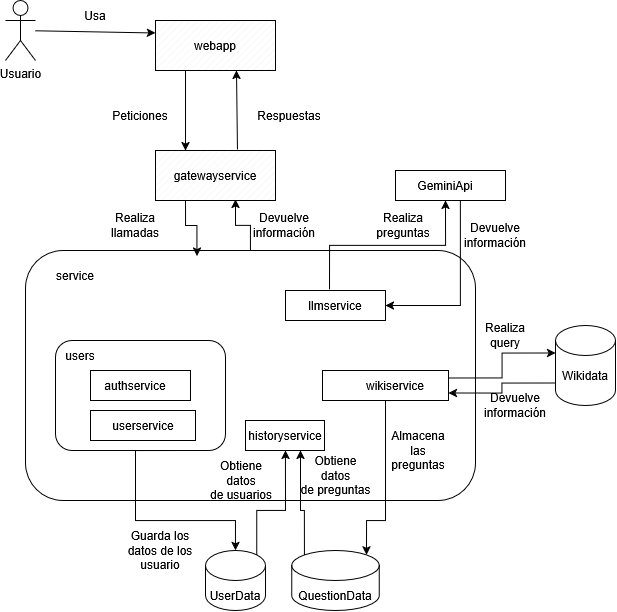
Earlier version of the draw.io export docs/images/BuildingBlock2.png (Arquisoft/wichat_es5a). Source tidied: cells renumbered, new cells last; positions are measured from the earlier drawing's top-left corner, leaving out a move shared by most shapes.
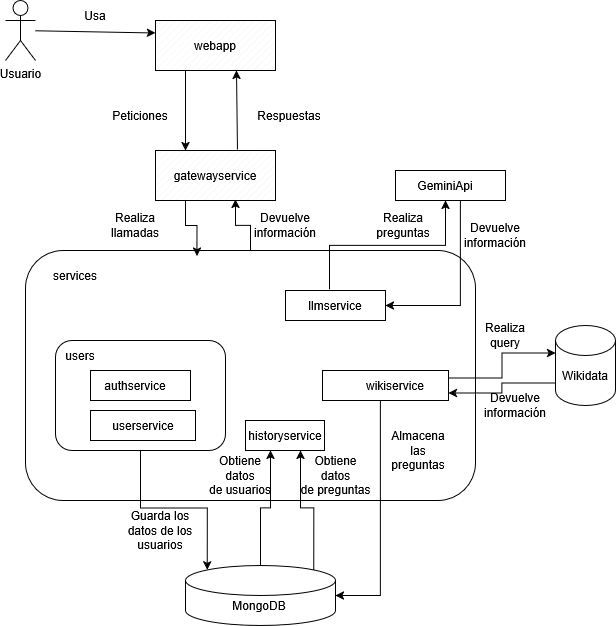
The same file after the commit.

Commit message:
Diagramas hechos hasta el 6, para traerlo de master

What changed in the source:
```diff
@@ -26,7 +26,7 @@
     <mxCell id="9" style="rounded=1;whiteSpace=wrap;html=1;fillColor=none;" parent="1" vertex="1">
       <mxGeometry x="20" y="250" width="450" height="250" as="geometry" />
     </mxCell>
-    <mxCell id="10" value="service" style="text;html=1;align=center;verticalAlign=middle;whiteSpace=wrap;rounded=0;" parent="1" vertex="1">
+    <mxCell id="10" value="services" style="text;html=1;align=center;verticalAlign=middle;whiteSpace=wrap;rounded=0;" parent="1" vertex="1">
       <mxGeometry x="40" y="260" width="60" height="30" as="geometry" />
     </mxCell>
     <mxCell id="11" style="rounded=0;whiteSpace=wrap;html=1;" parent="1" vertex="1">
@@ -95,22 +95,20 @@
     <mxCell id="32" value="Devuelve información" style="text;html=1;align=center;verticalAlign=middle;whiteSpace=wrap;rounded=0;" parent="1" vertex="1">
       <mxGeometry x="480" y="390" width="60" height="30" as="geometry" />
     </mxCell>
-    <mxCell id="33" style="edgeStyle=orthogonalEdgeStyle;rounded=0;jettySize=auto;html=1;exitX=0.855;exitY=0;exitDx=0;exitDy=4.35;exitPerimeter=0;entryX=0.5;entryY=1;entryDx=0;entryDy=0;" parent="1" edge="1" source="34" target="52">
-      <mxGeometry relative="1" as="geometry">
-        <Array as="points">
-          <mxPoint x="251" y="510" />
-          <mxPoint x="280" y="510" />
-        </Array>
-      </mxGeometry>
-    </mxCell>
+    <mxCell id="56" style="edgeStyle=orthogonalEdgeStyle;rounded=0;jettySize=auto;html=1;exitX=0.5;exitY=0;exitDx=0;exitDy=0;exitPerimeter=0;entryX=0.25;entryY=1;entryDx=0;entryDy=0;" parent="1" edge="1" source="34" target="52">
+      <mxGeometry relative="1" as="geometry" />
+    </mxCell>
+    <mxCell id="57" style="edgeStyle=orthogonalEdgeStyle;rounded=0;jettySize=auto;html=1;exitX=0.855;exitY=0;exitDx=0;exitDy=4.35;exitPerimeter=0;entryX=0.75;entryY=1;entryDx=0;entryDy=0;" parent="1" edge="1" source="34" target="52">
+      <mxGeometry relative="1" as="geometry" />
+    </mxCell>
     <mxCell id="34" style="shape=cylinder3;whiteSpace=wrap;html=1;boundedLbl=1;backgroundOutline=1;size=15;" parent="1" vertex="1">
-      <mxGeometry x="200" y="550" width="60" height="60" as="geometry" />
+      <mxGeometry x="180" y="565" width="150" height="60" as="geometry" />
     </mxCell>
-    <mxCell id="35" value="UserData" style="text;html=1;align=center;verticalAlign=middle;whiteSpace=wrap;rounded=0;" parent="1" vertex="1">
-      <mxGeometry x="200" y="580" width="60" height="30" as="geometry" />
+    <mxCell id="35" value="MongoDB" style="text;html=1;align=center;verticalAlign=middle;whiteSpace=wrap;rounded=0;" parent="1" vertex="1">
+      <mxGeometry x="224" y="590" width="60" height="30" as="geometry" />
     </mxCell>
-    <mxCell id="36" value="Guarda los datos de los usuario" style="text;html=1;align=center;verticalAlign=middle;whiteSpace=wrap;rounded=0;" parent="1" vertex="1">
-      <mxGeometry x="120" y="530" width="70" height="40" as="geometry" />
+    <mxCell id="36" value="Guarda los datos de los usuarios" style="text;html=1;align=center;verticalAlign=middle;whiteSpace=wrap;rounded=0;" parent="1" vertex="1">
+      <mxGeometry x="120" y="510" width="70" height="40" as="geometry" />
     </mxCell>
     <mxCell id="37" style="edgeStyle=orthogonalEdgeStyle;rounded=0;jettySize=auto;html=1;exitX=0.5;exitY=0;exitDx=0;exitDy=0;entryX=0.667;entryY=0.98;entryDx=0;entryDy=0;entryPerimeter=0;" parent="1" edge="1" source="9" target="5">
       <mxGeometry relative="1" as="geometry" />
@@ -133,44 +131,12 @@
     <mxCell id="43" value="Realiza preguntas" style="text;html=1;align=center;verticalAlign=middle;whiteSpace=wrap;rounded=0;" parent="1" vertex="1">
       <mxGeometry x="367.5" y="210" width="60" height="30" as="geometry" />
     </mxCell>
-    <mxCell id="44" style="edgeStyle=orthogonalEdgeStyle;rounded=0;jettySize=auto;html=1;exitX=0.75;exitY=1;exitDx=0;exitDy=0;entryX=0.5;entryY=0;entryDx=0;entryDy=0;entryPerimeter=0;" parent="1" edge="1" source="16" target="34">
-      <mxGeometry relative="1" as="geometry">
-        <Array as="points">
-          <mxPoint x="130" y="450" />
-          <mxPoint x="130" y="520" />
-          <mxPoint x="230" y="520" />
-        </Array>
-      </mxGeometry>
-    </mxCell>
-    <mxCell id="45" style="edgeStyle=orthogonalEdgeStyle;rounded=0;jettySize=auto;html=1;exitX=0.145;exitY=0;exitDx=0;exitDy=4.35;exitPerimeter=0;entryX=0.75;entryY=1;entryDx=0;entryDy=0;" parent="1" edge="1" source="46" target="52">
-      <mxGeometry relative="1" as="geometry">
-        <Array as="points">
-          <mxPoint x="299" y="510" />
-          <mxPoint x="295" y="510" />
-        </Array>
-      </mxGeometry>
-    </mxCell>
-    <mxCell id="46" style="shape=cylinder3;whiteSpace=wrap;html=1;boundedLbl=1;backgroundOutline=1;size=15;" parent="1" vertex="1">
-      <mxGeometry x="286.2" y="550" width="87.5" height="60" as="geometry" />
-    </mxCell>
-    <mxCell id="47" value="QuestionData" style="text;html=1;align=center;verticalAlign=middle;whiteSpace=wrap;rounded=0;" parent="1" vertex="1">
-      <mxGeometry x="300" y="580" width="60" height="30" as="geometry" />
-    </mxCell>
     <mxCell id="48" value="Almacena las preguntas" style="text;html=1;align=center;verticalAlign=middle;whiteSpace=wrap;rounded=0;" parent="1" vertex="1">
       <mxGeometry x="383" y="435" width="60" height="30" as="geometry" />
     </mxCell>
     <mxCell id="49" value="Devuelve información" style="text;html=1;align=center;verticalAlign=middle;whiteSpace=wrap;rounded=0;" parent="1" vertex="1">
       <mxGeometry x="460" y="220" width="60" height="30" as="geometry" />
     </mxCell>
-    <mxCell id="50" style="edgeStyle=orthogonalEdgeStyle;rounded=0;jettySize=auto;html=1;exitX=0.5;exitY=1;exitDx=0;exitDy=0;entryX=0.855;entryY=0;entryDx=0;entryDy=4.35;entryPerimeter=0;" parent="1" edge="1" source="30" target="46">
-      <mxGeometry relative="1" as="geometry">
-        <Array as="points">
-          <mxPoint x="380" y="400" />
-          <mxPoint x="380" y="520" />
-          <mxPoint x="361" y="520" />
-        </Array>
-      </mxGeometry>
-    </mxCell>
     <mxCell id="51" style="rounded=0;whiteSpace=wrap;html=1;" parent="1" vertex="1">
       <mxGeometry x="240" y="420" width="79" height="30" as="geometry" />
     </mxCell>
@@ -181,10 +147,16 @@
       <mxGeometry relative="1" as="geometry" />
     </mxCell>
     <mxCell id="54" value="Obtiene datos&lt;div&gt;de usuarios&lt;/div&gt;" style="text;html=1;align=center;verticalAlign=middle;whiteSpace=wrap;rounded=0;" parent="1" vertex="1">
-      <mxGeometry x="201" y="460" width="70" height="40" as="geometry" />
+      <mxGeometry x="200" y="455" width="70" height="40" as="geometry" />
     </mxCell>
     <mxCell id="55" value="Obtiene datos&lt;div&gt;de preguntas&lt;/div&gt;" style="text;html=1;align=center;verticalAlign=middle;whiteSpace=wrap;rounded=0;" parent="1" vertex="1">
       <mxGeometry x="292.5" y="460" width="75" height="30" as="geometry" />
     </mxCell>
+    <mxCell id="44" style="edgeStyle=orthogonalEdgeStyle;rounded=0;jettySize=auto;html=1;exitX=0.5;exitY=1;exitDx=0;exitDy=0;entryX=0.145;entryY=0;entryDx=0;entryDy=4.35;entryPerimeter=0;" parent="1" edge="1" source="16" target="34">
+      <mxGeometry relative="1" as="geometry" />
+    </mxCell>
+    <mxCell id="58" style="edgeStyle=orthogonalEdgeStyle;rounded=0;jettySize=auto;html=1;exitX=0.25;exitY=1;exitDx=0;exitDy=0;entryX=1;entryY=0.5;entryDx=0;entryDy=0;entryPerimeter=0;" parent="1" edge="1" source="30" target="34">
+      <mxGeometry relative="1" as="geometry" />
+    </mxCell>
   </root>
 </mxGraphModel>
```
